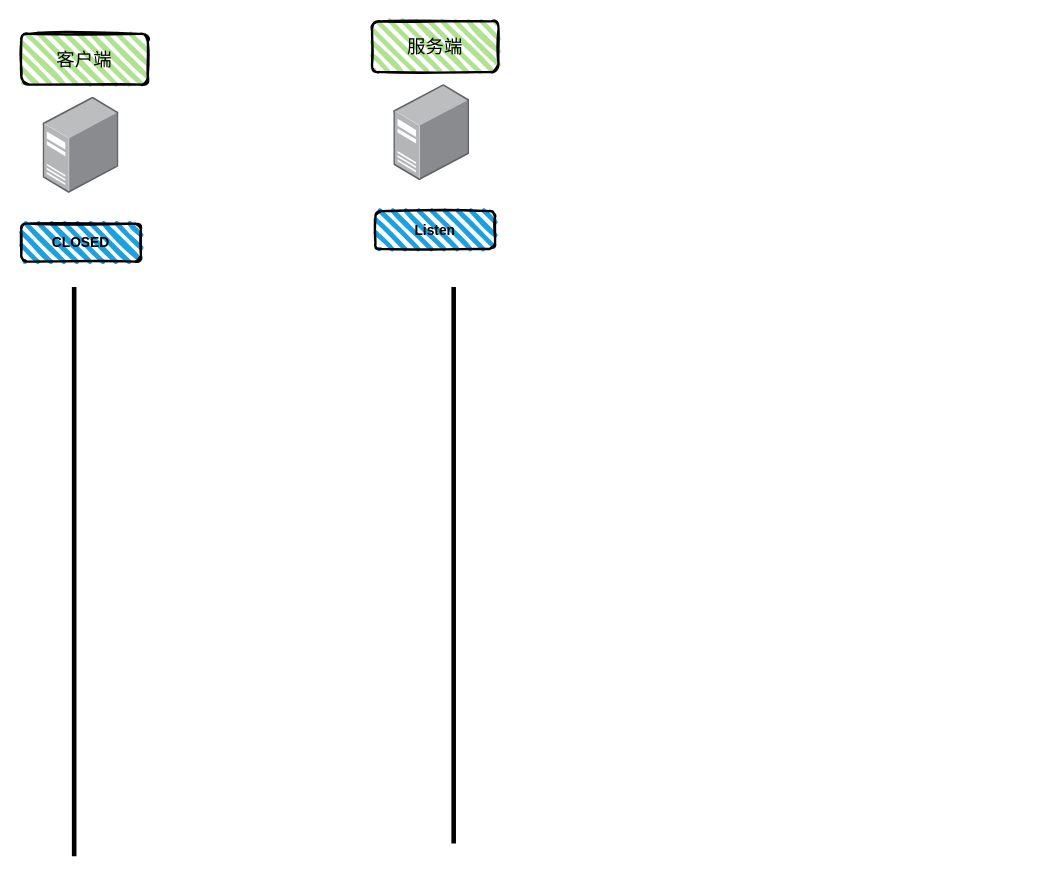
xiaobinqt/diagrmas keeps this draw.io diagram as Untitled Diagram.drawio. Above is the earlier version. Source tidied: cells renumbered, new cells numbered last; positions are measured from the earlier drawing's top-left corner, leaving out a move shared by most shapes. Both pictures are drawn from the tidied source at 115%, with x=0, y=0 at pixel (21, 21).
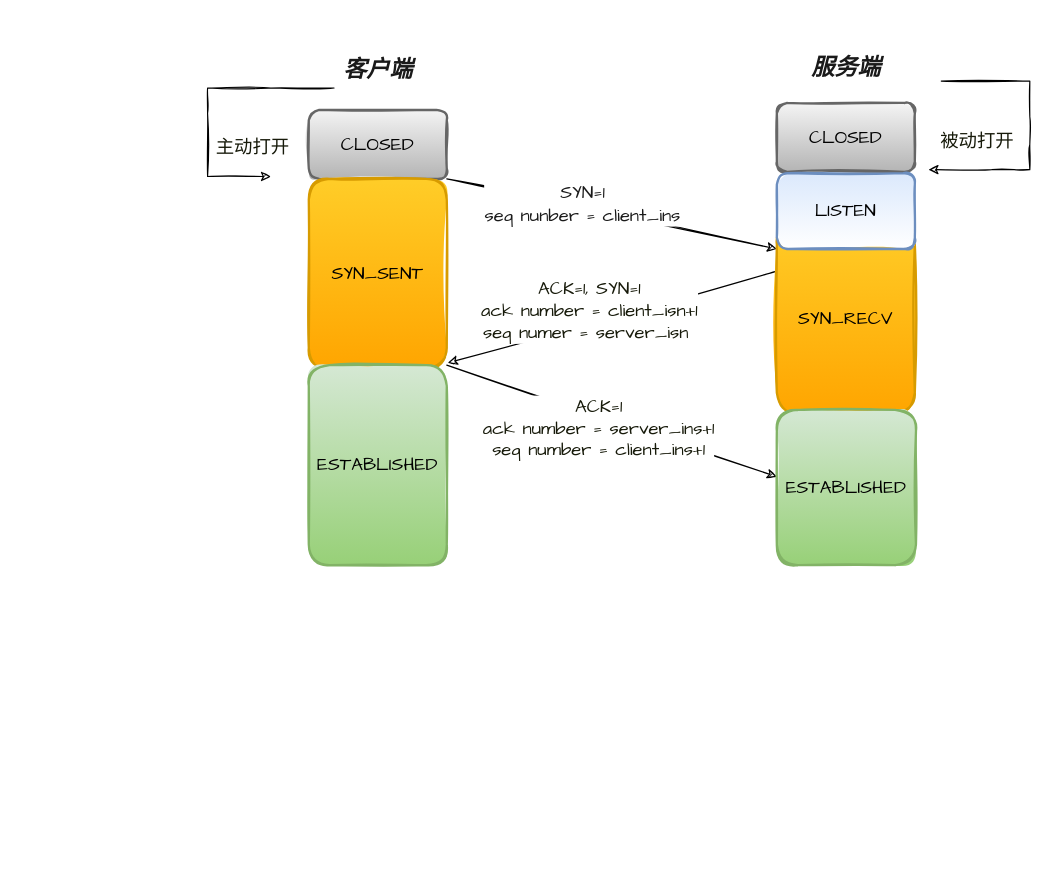
The same diagram, later.

Change to the diagram source:
```diff
@@
+    <mxCell id="10" style="endArrow=classic;html=1;rounded=0;sketch=1;fontFamily=Comic Sans MS;fontSize=16;fontColor=#171A0A;align=center;horizontal=0;verticalAlign=middle;fontStyle=7;labelPosition=center;verticalLabelPosition=top;" parent="1" edge="1">
+      <mxGeometry relative="1" as="geometry">
+        <mxPoint x="800" y="52" as="sourcePoint" />
+        <mxPoint x="789" y="129" as="targetPoint" />
+        <Array as="points">
+          <mxPoint x="877" y="52" />
+          <mxPoint x="877" y="83" />
+          <mxPoint x="877" y="107" />
+          <mxPoint x="877" y="129" />
+          <mxPoint x="844" y="129" />
+        </Array>
+      </mxGeometry>
+    </mxCell>
+    <mxCell id="11" value="被动打开" style="text;html=1;align=center;verticalAlign=top;strokeColor=none;fillColor=none;fontSize=16;fontFamily=Comic Sans MS;fontColor=#171A0A;horizontal=1;fontStyle=0;" parent="1" vertex="1">
+      <mxGeometry x="792" y="89" width="77" height="22" as="geometry" />
+    </mxCell>
+    <mxCell id="12" value="&lt;font face=&quot;Comic Sans MS&quot;&gt;CLOSED&lt;/font&gt;" style="rounded=1;sketch=1;fontSize=16;verticalAlign=middle;horizontal=1;fontStyle=0;align=center;labelPosition=center;verticalLabelPosition=middle;labelBackgroundColor=none;whiteSpace=wrap;html=1;shadow=0;glass=0;noLabel=0;enumerate=0;fixDash=0;sketchStyle=rough;zigzagOffset=-1;strokeWidth=2;fillColor=#f5f5f5;gradientColor=#b3b3b3;strokeColor=#666666;" parent="1" vertex="1">
+      <mxGeometry x="250" y="77" width="120" height="60" as="geometry" />
+    </mxCell>
-    <mxCell id="2" value="&lt;span style=&quot;font-size: 16px&quot;&gt;客户端&lt;/span&gt;" style="rounded=1;whiteSpace=wrap;html=1;strokeWidth=2;fillWeight=4;hachureGap=8;hachureAngle=45;fillColor=#B1E291;sketch=1;labelBackgroundColor=none;labelBorderColor=none;" parent="1" vertex="1">
-      <mxGeometry y="11" width="110" height="44" as="geometry" />
+    <mxCell id="2" value="客户端&lt;br style=&quot;font-size: 20px;&quot;&gt;" style="text;html=1;align=center;verticalAlign=middle;strokeColor=none;fillColor=none;fontSize=20;fontFamily=Georgia;fontColor=#1A1A1A;fontStyle=3;labelBackgroundColor=none;" parent="1" vertex="1">
+      <mxGeometry x="271.5" y="24" width="77" height="33" as="geometry" />
     </mxCell>
-    <mxCell id="3" style="html=1;align=center;shadow=0;dashed=0;image;image=img/lib/allied_telesis/computer_and_terminals/Server_Desktop.svg;" parent="1" vertex="1">
-      <mxGeometry x="19" y="66" width="66" height="83.7" as="geometry" />
-    </mxCell>
-    <mxCell id="4" value="&lt;b&gt;CLOSED&lt;/b&gt;" style="rounded=1;whiteSpace=wrap;html=1;strokeWidth=2;fillWeight=4;hachureGap=8;hachureAngle=45;fillColor=#1ba1e2;sketch=1;" parent="1" vertex="1">
-      <mxGeometry y="176" width="104" height="33" as="geometry" />
-    </mxCell>
+    <mxCell id="13" style="edgeStyle=none;rounded=0;sketch=1;jettySize=auto;html=1;exitX=1;exitY=0;exitDx=0;exitDy=0;entryX=0;entryY=1;entryDx=0;entryDy=0;fontFamily=Comic Sans MS;fontSize=16;fontColor=#1A1A1A;" parent="1" edge="1" source="15" target="24">
+      <mxGeometry relative="1" as="geometry" />
+    </mxCell>
+    <mxCell id="14" value="SYN=1&lt;br&gt;seq nunber = client_ins" style="edgeLabel;html=1;align=center;verticalAlign=middle;fontSize=16;fontFamily=Comic Sans MS;fontColor=#1A1A1A;" parent="13" vertex="1">
+      <mxGeometry x="-0.19" y="3" relative="1" as="geometry" />
+    </mxCell>
+    <mxCell id="15" value="SYN_SENT" style="rounded=1;whiteSpace=wrap;html=1;shadow=0;glass=0;labelBackgroundColor=none;sketch=1;sketchStyle=rough;fontFamily=Comic Sans MS;fontSize=16;strokeColor=#d79b00;strokeWidth=2;fillColor=#ffcd28;gradientColor=#ffa500;" parent="1" vertex="1">
+      <mxGeometry x="250" y="137" width="120" height="165" as="geometry" />
+    </mxCell>
+    <mxCell id="16" style="edgeStyle=none;rounded=0;sketch=1;jettySize=auto;html=1;exitX=1;exitY=0;exitDx=0;exitDy=0;entryX=0;entryY=0.43;entryDx=0;entryDy=0;entryPerimeter=0;fontFamily=Comic Sans MS;fontSize=16;fontColor=#171A0A;" parent="1" edge="1" source="18" target="23">
+      <mxGeometry relative="1" as="geometry" />
+    </mxCell>
+    <mxCell id="17" value="ACK=1&lt;br&gt;ack number = server_ins+1&lt;br&gt;seq number = client_ins+1" style="edgeLabel;html=1;align=center;verticalAlign=middle;fontSize=16;fontFamily=Comic Sans MS;fontColor=#171A0A;" parent="16" vertex="1">
+      <mxGeometry x="-0.44" y="-4" relative="1" as="geometry">
+        <mxPoint x="52" y="23" as="offset" />
+      </mxGeometry>
+    </mxCell>
+    <mxCell id="18" value="ESTABLISHED" style="rounded=1;whiteSpace=wrap;html=1;shadow=0;glass=0;labelBackgroundColor=none;sketch=1;sketchStyle=rough;fontFamily=Comic Sans MS;fontSize=16;strokeColor=#82b366;strokeWidth=2;fillColor=#d5e8d4;gradientColor=#97d077;" parent="1" vertex="1">
+      <mxGeometry x="250" y="299" width="120" height="174" as="geometry" />
+    </mxCell>
+    <mxCell id="19" value="&lt;font face=&quot;Comic Sans MS&quot;&gt;CLOSED&lt;/font&gt;" style="rounded=1;sketch=1;fontSize=16;verticalAlign=middle;horizontal=1;fontStyle=0;align=center;labelPosition=center;verticalLabelPosition=middle;labelBackgroundColor=none;whiteSpace=wrap;html=1;shadow=0;glass=0;noLabel=0;enumerate=0;fixDash=0;sketchStyle=rough;zigzagOffset=-1;strokeWidth=2;fillColor=#f5f5f5;gradientColor=#b3b3b3;strokeColor=#666666;" parent="1" vertex="1">
+      <mxGeometry x="657" y="71" width="120" height="60" as="geometry" />
+    </mxCell>
-    <mxCell id="5" value="&lt;span style=&quot;font-size: 16px&quot;&gt;服务端&lt;br&gt;&lt;/span&gt;" style="rounded=1;whiteSpace=wrap;html=1;strokeWidth=2;fillWeight=4;hachureGap=8;hachureAngle=45;fillColor=#B1E291;sketch=1;labelBackgroundColor=none;labelBorderColor=none;" parent="1" vertex="1">
-      <mxGeometry x="305" width="110" height="44" as="geometry" />
+    <mxCell id="5" value="服务端" style="text;html=1;align=center;verticalAlign=middle;strokeColor=none;fillColor=none;fontSize=20;fontFamily=Georgia;fontColor=#1A1A1A;fontStyle=3;labelBackgroundColor=none;" parent="1" vertex="1">
+      <mxGeometry x="678.5" y="22" width="77" height="33" as="geometry" />
     </mxCell>
-    <mxCell id="6" style="html=1;align=center;shadow=0;dashed=0;image;image=img/lib/allied_telesis/computer_and_terminals/Server_Desktop.svg;" parent="1" vertex="1">
-      <mxGeometry x="324" y="55" width="66" height="83.7" as="geometry" />
-    </mxCell>
-    <mxCell id="7" value="&lt;b&gt;Listen&lt;/b&gt;" style="rounded=1;whiteSpace=wrap;html=1;strokeWidth=2;fillWeight=4;hachureGap=8;hachureAngle=45;fillColor=#1ba1e2;sketch=1;" parent="1" vertex="1">
-      <mxGeometry x="308" y="165" width="104" height="33" as="geometry" />
-    </mxCell>
-    <mxCell id="8" style="line;strokeWidth=4;direction=south;html=1;perimeter=backbonePerimeter;" parent="1" vertex="1">
-      <mxGeometry x="41" y="231" width="10" height="495" as="geometry" />
-    </mxCell>
-    <mxCell id="9" style="line;strokeWidth=4;direction=south;html=1;perimeter=backbonePerimeter;" parent="1" vertex="1">
-      <mxGeometry x="371" y="231" width="10" height="484" as="geometry" />
-    </mxCell>
+    <mxCell id="20" style="edgeStyle=none;rounded=0;sketch=1;jettySize=auto;html=1;exitX=0;exitY=0.25;exitDx=0;exitDy=0;fontFamily=Comic Sans MS;fontSize=16;fontColor=#171A0A;" parent="1" edge="1" source="22">
+      <mxGeometry relative="1" as="geometry">
+        <mxPoint x="371" y="297" as="targetPoint" />
+      </mxGeometry>
+    </mxCell>
+    <mxCell id="21" value="ACK=1, SYN=1&lt;br&gt;ack number = client_isn+1&lt;br&gt;seq numer = server_isn&amp;nbsp;" style="edgeLabel;html=1;align=center;verticalAlign=middle;fontSize=16;fontFamily=Comic Sans MS;fontColor=#171A0A;" parent="20" vertex="1">
+      <mxGeometry x="0.21" relative="1" as="geometry">
+        <mxPoint x="10" y="-14" as="offset" />
+      </mxGeometry>
+    </mxCell>
+    <mxCell id="22" value="SYN_RECV" style="rounded=1;whiteSpace=wrap;html=1;shadow=0;glass=0;labelBackgroundColor=none;sketch=1;sketchStyle=rough;fontFamily=Comic Sans MS;fontSize=16;strokeColor=#d79b00;strokeWidth=2;fillColor=#ffcd28;gradientColor=#ffa500;" parent="1" vertex="1">
+      <mxGeometry x="657" y="176" width="120" height="165" as="geometry" />
+    </mxCell>
+    <mxCell id="23" value="ESTABLISHED" style="rounded=1;whiteSpace=wrap;html=1;shadow=0;glass=0;labelBackgroundColor=none;sketch=1;sketchStyle=rough;fontFamily=Comic Sans MS;fontSize=16;strokeColor=#82b366;strokeWidth=2;fillColor=#d5e8d4;gradientColor=#97d077;" parent="1" vertex="1">
+      <mxGeometry x="657" y="338" width="121" height="135" as="geometry" />
+    </mxCell>
+    <mxCell id="24" value="LISTEN" style="rounded=1;whiteSpace=wrap;html=1;shadow=0;glass=0;labelBackgroundColor=none;sketch=1;sketchStyle=rough;fontFamily=Comic Sans MS;fontSize=16;strokeColor=#6c8ebf;strokeWidth=2;fillColor=#dae8fc;gradientColor=#ffffff;" parent="1" vertex="1">
+      <mxGeometry x="657" y="132" width="120" height="66" as="geometry" />
+    </mxCell>
+    <mxCell id="25" style="endArrow=classic;html=1;rounded=0;sketch=1;fontFamily=Comic Sans MS;fontSize=16;fontColor=#171A0A;exitX=0.006;exitY=0.606;exitDx=0;exitDy=0;exitPerimeter=0;" parent="1" edge="1">
+      <mxGeometry relative="1" as="geometry">
+        <mxPoint x="272" y="58" as="sourcePoint" />
+        <mxPoint x="217" y="135" as="targetPoint" />
+        <Array as="points">
+          <mxPoint x="217" y="58" />
+          <mxPoint x="162" y="58" />
+          <mxPoint x="162" y="80" />
+          <mxPoint x="162" y="135" />
+        </Array>
+      </mxGeometry>
+    </mxCell>
+    <mxCell id="26" value="主动打开" style="text;html=1;align=center;verticalAlign=middle;strokeColor=none;fillColor=none;fontSize=16;fontFamily=Comic Sans MS;fontColor=#171A0A;" parent="1" vertex="1">
+      <mxGeometry x="162" y="99" width="77" height="22" as="geometry" />
+    </mxCell>
```
